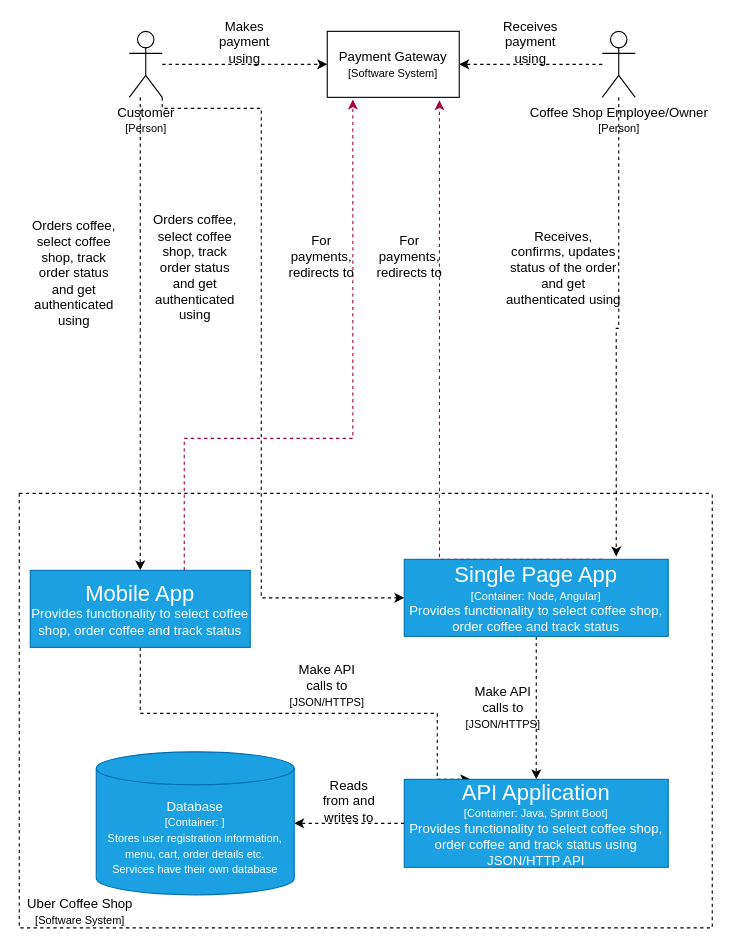
Earlier version of the draw.io diagram Container Diagram.drawio (dinesh-i/uber-coffee-shops). Source tidied: cells renumbered, new cells numbered last; positions are measured from the earlier drawing's top-left corner, leaving out a move shared by most shapes. Both pictures are drawn from the tidied source at 110%, with x=0, y=0 at pixel (19, 20).
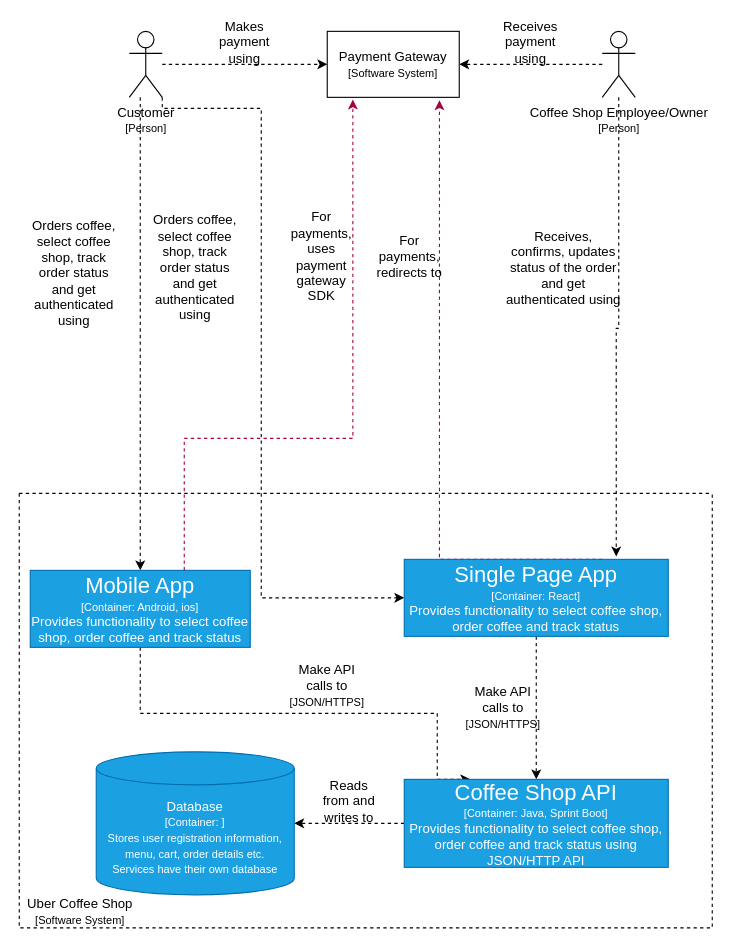
Above is the later version.

The change refers to these unchanged cells:
```xml
<mxCell id="16" style="swimlane;startSize=0;dashed=1;" parent="1" vertex="1">
  <mxGeometry y="430" width="630" height="395" as="geometry" />
</mxCell>
```

What changed in the source:
```diff
@@
-    <mxCell id="19" value="&lt;font style=&quot;font-size: 20px&quot;&gt;Mobile App&lt;br&gt;&lt;/font&gt;Provides functionality to select coffee shop, order coffee and track status" style="rounded=0;whiteSpace=wrap;html=1;fillColor=#1ba1e2;strokeColor=#006EAF;fontColor=#ffffff;" parent="16" vertex="1">
+    <mxCell id="19" value="&lt;font style=&quot;font-size: 20px&quot;&gt;Mobile App&lt;br&gt;&lt;/font&gt;&lt;span style=&quot;font-size: 10px&quot;&gt;[Container: Android, ios]&lt;/span&gt;&lt;br&gt;Provides functionality to select coffee shop, order coffee and track status" style="rounded=0;whiteSpace=wrap;html=1;fillColor=#1ba1e2;strokeColor=#006EAF;fontColor=#ffffff;" parent="16" vertex="1">
       <mxGeometry x="10" y="70" width="200" height="70" as="geometry" />
     </mxCell>
@@
-    <mxCell id="21" value="&lt;font&gt;&lt;span style=&quot;font-size: 20px&quot;&gt;Single Page App&lt;/span&gt;&lt;br&gt;&lt;font style=&quot;font-size: 10px&quot;&gt;[Container: Node, Angular]&lt;/font&gt;&lt;br&gt;&lt;/font&gt;Provides functionality to select coffee shop, order coffee and track status" style="rounded=0;whiteSpace=wrap;html=1;fillColor=#1ba1e2;strokeColor=#006EAF;fontColor=#ffffff;" parent="16" vertex="1">
+    <mxCell id="21" value="&lt;font&gt;&lt;span style=&quot;font-size: 20px&quot;&gt;Single Page App&lt;/span&gt;&lt;br&gt;&lt;font style=&quot;font-size: 10px&quot;&gt;[Container: React]&lt;/font&gt;&lt;br&gt;&lt;/font&gt;Provides functionality to select coffee shop, order coffee and track status" style="rounded=0;whiteSpace=wrap;html=1;fillColor=#1ba1e2;strokeColor=#006EAF;fontColor=#ffffff;" parent="16" vertex="1">
       <mxGeometry x="350" y="60" width="240" height="70" as="geometry" />
     </mxCell>
@@
-    <mxCell id="23" value="&lt;font&gt;&lt;span style=&quot;font-size: 20px&quot;&gt;API Application&lt;/span&gt;&lt;br&gt;&lt;font style=&quot;font-size: 10px&quot;&gt;[Container: Java, Sprint Boot]&lt;/font&gt;&lt;br&gt;&lt;/font&gt;Provides functionality to select coffee shop, order coffee and track status using JSON/HTTP API" style="rounded=0;whiteSpace=wrap;html=1;fillColor=#1ba1e2;strokeColor=#006EAF;fontColor=#ffffff;" parent="16" vertex="1">
+    <mxCell id="23" value="&lt;font&gt;&lt;span style=&quot;font-size: 20px&quot;&gt;Coffee Shop API&lt;/span&gt;&lt;br&gt;&lt;font style=&quot;font-size: 10px&quot;&gt;[Container: Java, Sprint Boot]&lt;/font&gt;&lt;br&gt;&lt;/font&gt;Provides functionality to select coffee shop, order coffee and track status using JSON/HTTP API" style="rounded=0;whiteSpace=wrap;html=1;fillColor=#1ba1e2;strokeColor=#006EAF;fontColor=#ffffff;" parent="16" vertex="1">
       <mxGeometry x="350" y="260" width="240" height="80" as="geometry" />
     </mxCell>
@@
-    <mxCell id="30" value="For payments, redirects to" style="text;html=1;strokeColor=none;fillColor=none;align=center;verticalAlign=middle;whiteSpace=wrap;rounded=0;" parent="1" vertex="1">
+    <mxCell id="30" value="For payments, uses payment gateway SDK" style="text;html=1;strokeColor=none;fillColor=none;align=center;verticalAlign=middle;whiteSpace=wrap;rounded=0;" parent="1" vertex="1">
       <mxGeometry x="240" y="195" width="70" height="40" as="geometry" />
     </mxCell>
```
